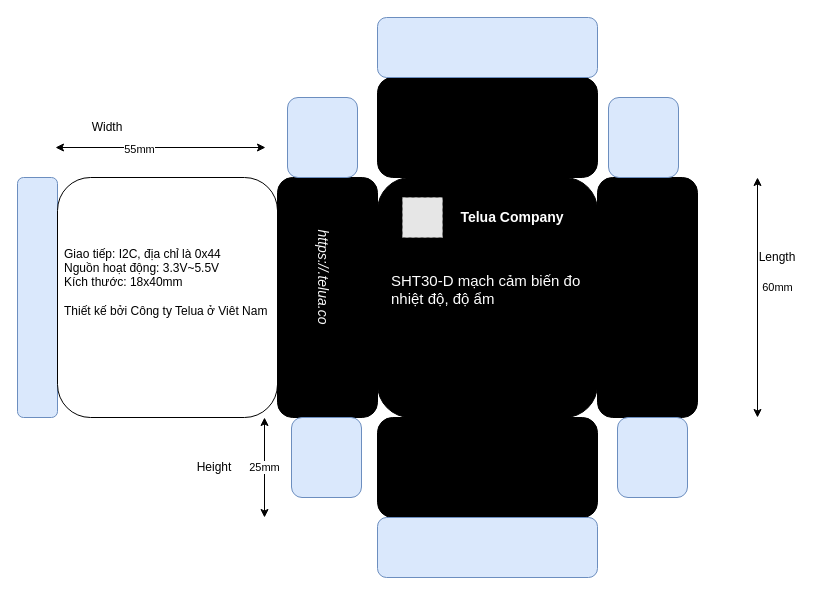
Earlier version of the draw.io diagram hopnhua/box.drawio (letrthong/sensor_docs). Source tidied: cells renumbered, new cells numbered last; positions are measured from the earlier drawing's top-left corner, leaving out a move shared by most shapes. Both pictures are drawn from the tidied source at 100%, with x=0, y=0 at pixel (17, 17). Pictures stored in the file or linked from it are replaced by grey dashed boxes.
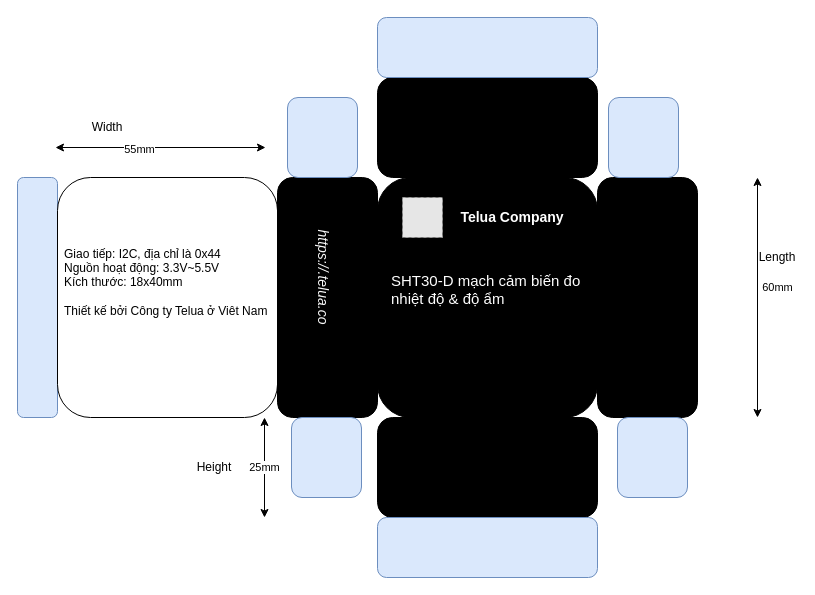
The same diagram, later.

What changed in the source:
```diff
@@
-    <mxCell id="26" value="&lt;div style=&quot;text-align: left&quot;&gt;&lt;span style=&quot;font-size: 15px ; color: rgb(255 , 255 , 255)&quot;&gt;SHT30-D mạch cảm biến đo nhiệt độ, độ ẩm&lt;/span&gt;&lt;/div&gt;&lt;font color=&quot;#ffffff&quot; style=&quot;font-size: 15px&quot;&gt;&lt;br&gt;&lt;br&gt;&lt;/font&gt;" style="text;html=1;strokeColor=none;fillColor=none;align=center;verticalAlign=middle;whiteSpace=wrap;rounded=0;" parent="1" vertex="1">
+    <mxCell id="26" value="&lt;div style=&quot;text-align: left&quot;&gt;&lt;span style=&quot;font-size: 15px ; color: rgb(255 , 255 , 255)&quot;&gt;SHT30-D mạch cảm biến đo nhiệt độ &amp;amp; độ ẩm&lt;/span&gt;&lt;/div&gt;&lt;font color=&quot;#ffffff&quot; style=&quot;font-size: 15px&quot;&gt;&lt;br&gt;&lt;br&gt;&lt;/font&gt;" style="text;html=1;strokeColor=none;fillColor=none;align=center;verticalAlign=middle;whiteSpace=wrap;rounded=0;" parent="1" vertex="1">
       <mxGeometry x="372.5" y="240" width="195" height="100" as="geometry" />
     </mxCell>
```
